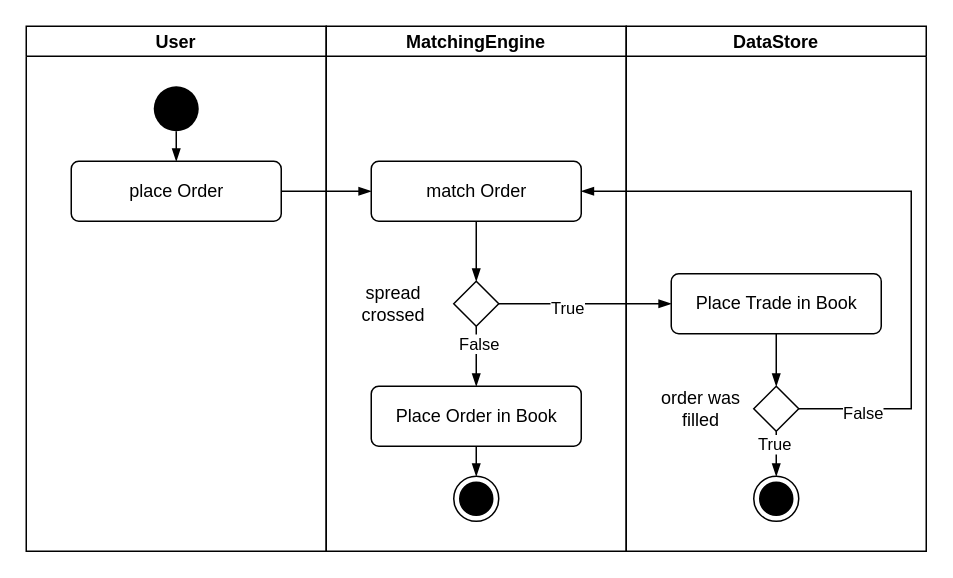
Earlier version of the draw.io diagram page "placeOrder" (3 of 4) of Sequence.drawio (profoundspreadsheets/digitaleconomy). Source tidied: cells renumbered, new cells numbered last; positions are measured from the earlier drawing's top-left corner, leaving out a move shared by most shapes. Both pictures are drawn from the tidied source at 150%, with x=0, y=0 at pixel (26, 26).
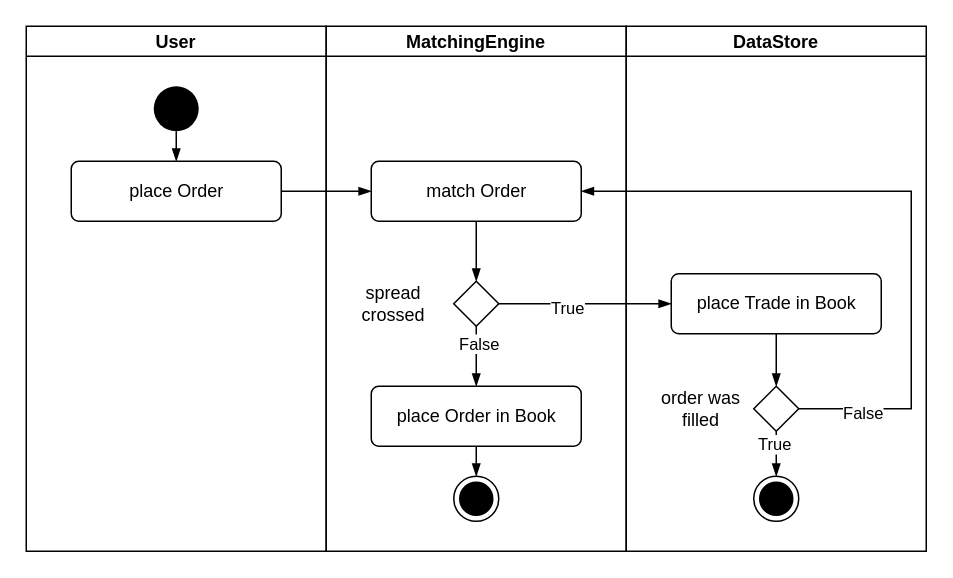
After the change.

Commit message:
add sequence deleteOrder

Unchanged cells that the change refers to:
```xml
<mxCell id="6" value="MatchingEngine" style="swimlane;startSize=20;" parent="1" vertex="1">
  <mxGeometry x="200" width="200" height="350" as="geometry" />
</mxCell>
<mxCell id="16" value="DataStore" style="swimlane;startSize=20;" parent="1" vertex="1">
  <mxGeometry x="400" width="200" height="350" as="geometry" />
</mxCell>
```

Diff of the diagram source:
```diff
@@
-    <mxCell id="14" value="Place Order in Book" style="html=1;align=center;verticalAlign=middle;rounded=1;absoluteArcSize=1;arcSize=10;dashed=0;" parent="6" vertex="1">
+    <mxCell id="14" value="place Order in Book" style="html=1;align=center;verticalAlign=middle;rounded=1;absoluteArcSize=1;arcSize=10;dashed=0;" parent="6" vertex="1">
       <mxGeometry x="30" y="240" width="140" height="40" as="geometry" />
     </mxCell>
@@
-    <mxCell id="18" value="Place Trade in Book" style="html=1;align=center;verticalAlign=middle;rounded=1;absoluteArcSize=1;arcSize=10;dashed=0;" parent="16" vertex="1">
+    <mxCell id="18" value="place Trade in Book" style="html=1;align=center;verticalAlign=middle;rounded=1;absoluteArcSize=1;arcSize=10;dashed=0;" parent="16" vertex="1">
       <mxGeometry x="30" y="165" width="140" height="40" as="geometry" />
     </mxCell>
```
